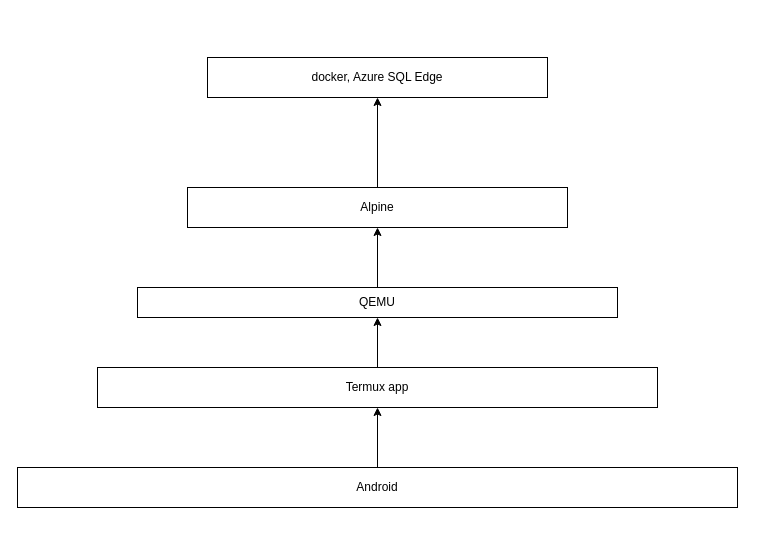
Above: Azure SQL Edge on phone.drawio in renjieliu/jot (draw.io), before the change. Source tidied: cells renumbered, new cells numbered last; positions are measured from the earlier drawing's top-left corner, leaving out a move shared by most shapes. Both pictures are drawn from the tidied source at 100%, with x=0, y=0 at pixel (17, 57).
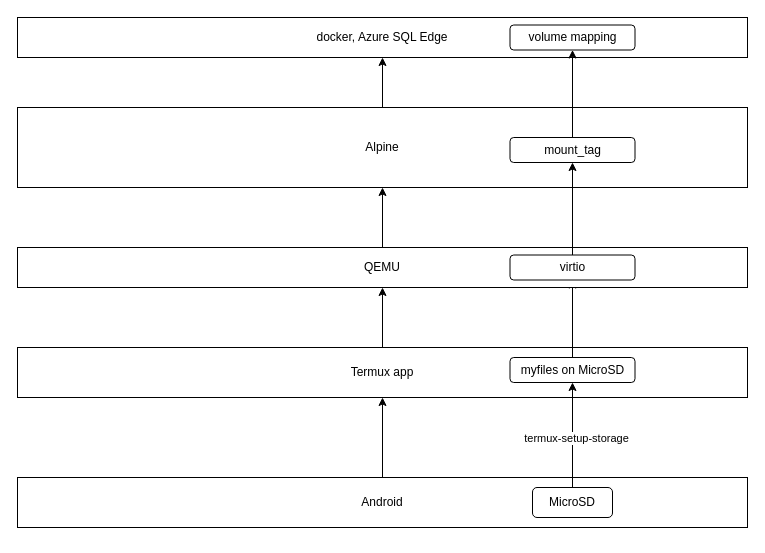
Above is the later version.

The edit, as a diff of the source:
```diff
@@
     <mxCell id="3" value="Android" style="rounded=0;whiteSpace=wrap;html=1;" parent="1" vertex="1">
-      <mxGeometry y="410" width="720" height="40" as="geometry" />
+      <mxGeometry y="420" width="730" height="50" as="geometry" />
     </mxCell>
@@
     <mxCell id="5" value="Termux app" style="rounded=0;whiteSpace=wrap;html=1;" parent="1" vertex="1">
-      <mxGeometry x="80" y="310" width="560" height="40" as="geometry" />
+      <mxGeometry y="290" width="730" height="50" as="geometry" />
     </mxCell>
@@
     <mxCell id="7" value="Alpine" style="rounded=0;whiteSpace=wrap;html=1;" parent="1" vertex="1">
-      <mxGeometry x="170" y="130" width="380" height="40" as="geometry" />
+      <mxGeometry y="50" width="730" height="80" as="geometry" />
     </mxCell>
     <mxCell id="8" value="docker, Azure SQL Edge" style="rounded=0;whiteSpace=wrap;html=1;" parent="1" vertex="1">
-      <mxGeometry x="190" width="340" height="40" as="geometry" />
+      <mxGeometry y="-40" width="730" height="40" as="geometry" />
     </mxCell>
@@
+    <mxCell id="12" value="MicroSD" style="rounded=1;whiteSpace=wrap;html=1;" parent="1" vertex="1">
+      <mxGeometry x="515" y="430" width="80" height="30" as="geometry" />
+    </mxCell>
+    <mxCell id="13" style="edgeStyle=orthogonalEdgeStyle;rounded=0;jettySize=auto;html=1;entryX=0.5;entryY=1;entryDx=0;entryDy=0;" parent="1" edge="1" source="12" target="16">
+      <mxGeometry relative="1" as="geometry" />
+    </mxCell>
+    <mxCell id="14" value="termux-setup-storage" style="edgeLabel;html=1;align=center;verticalAlign=middle;" parent="13" vertex="1">
+      <mxGeometry x="0.25" y="-3" relative="1" as="geometry">
+        <mxPoint y="16" as="offset" />
+      </mxGeometry>
+    </mxCell>
+    <mxCell id="15" style="edgeStyle=orthogonalEdgeStyle;rounded=0;jettySize=auto;html=1;exitX=0.5;exitY=0;exitDx=0;exitDy=0;entryX=0.5;entryY=1;entryDx=0;entryDy=0;" parent="1" edge="1" source="16" target="20">
+      <mxGeometry relative="1" as="geometry" />
+    </mxCell>
+    <mxCell id="16" value="myfiles on MicroSD" style="rounded=1;whiteSpace=wrap;html=1;" parent="1" vertex="1">
+      <mxGeometry x="492.5" y="300" width="125" height="25" as="geometry" />
+    </mxCell>
@@
     <mxCell id="11" value="QEMU" style="rounded=0;whiteSpace=wrap;html=1;" parent="1" vertex="1">
-      <mxGeometry x="120" y="230" width="480" height="30" as="geometry" />
+      <mxGeometry y="190" width="730" height="40" as="geometry" />
     </mxCell>
+    <mxCell id="17" style="edgeStyle=orthogonalEdgeStyle;rounded=0;jettySize=auto;html=1;exitX=0.5;exitY=0;exitDx=0;exitDy=0;entryX=0.5;entryY=1;entryDx=0;entryDy=0;" parent="1" edge="1" source="18" target="21">
+      <mxGeometry relative="1" as="geometry" />
+    </mxCell>
+    <mxCell id="18" value="mount_tag" style="rounded=1;whiteSpace=wrap;html=1;" parent="1" vertex="1">
+      <mxGeometry x="492.5" y="80" width="125" height="25" as="geometry" />
+    </mxCell>
+    <mxCell id="19" style="edgeStyle=orthogonalEdgeStyle;rounded=0;jettySize=auto;html=1;exitX=0.5;exitY=0;exitDx=0;exitDy=0;entryX=0.5;entryY=1;entryDx=0;entryDy=0;" parent="1" edge="1" source="20" target="18">
+      <mxGeometry relative="1" as="geometry" />
+    </mxCell>
+    <mxCell id="20" value="virtio" style="rounded=1;whiteSpace=wrap;html=1;" parent="1" vertex="1">
+      <mxGeometry x="492.5" y="197.5" width="125" height="25" as="geometry" />
+    </mxCell>
+    <mxCell id="21" value="volume mapping" style="rounded=1;whiteSpace=wrap;html=1;" parent="1" vertex="1">
+      <mxGeometry x="492.5" y="-32.5" width="125" height="25" as="geometry" />
+    </mxCell>
```
